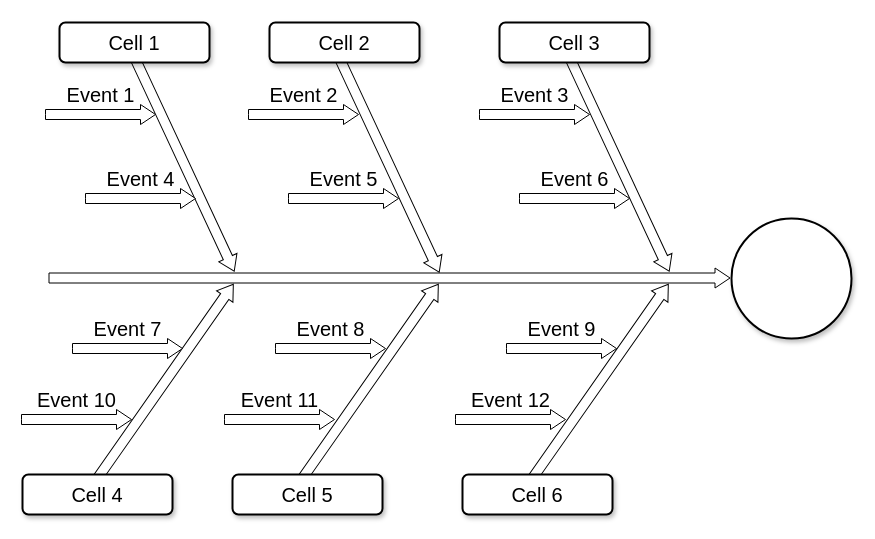
The draw.io diagram Untitled Diagram.drawio in jiaqing169/mml-book.github.io, before the edit. Source tidied: cells renumbered, new cells numbered last; positions are measured from the earlier drawing's top-left corner, leaving out a move shared by most shapes. Both pictures are drawn from the tidied source at 100%, with x=0, y=0 at pixel (22, -63).
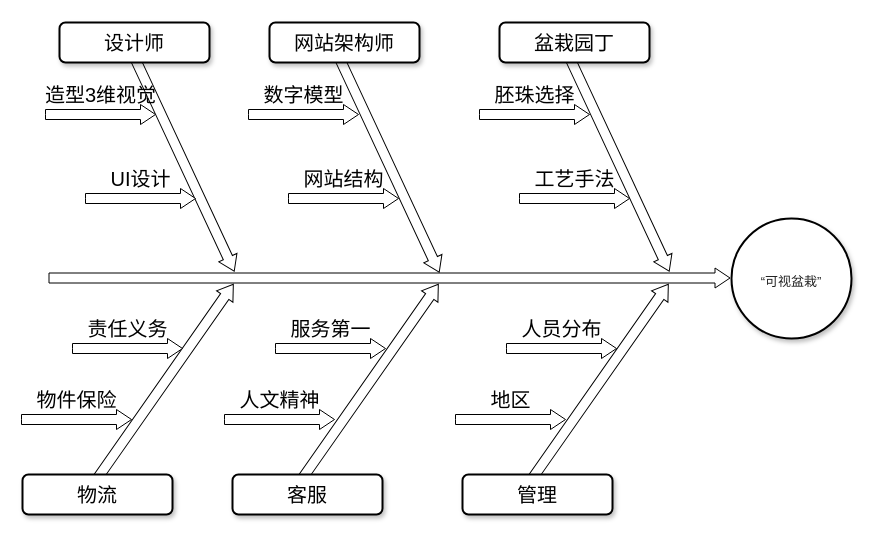
After the change.

Commit message:
Mind Flow Diagram.drawio

What changed in the source:
```diff
@@
-    <mxCell id="9" value="Cell 1" style="rounded=1;whiteSpace=wrap;html=1;shadow=1;strokeWidth=2;fontSize=20;" parent="1" vertex="1">
+    <mxCell id="9" value="设计师" style="rounded=1;whiteSpace=wrap;html=1;shadow=1;strokeWidth=2;fontSize=20;" parent="1" vertex="1">
       <mxGeometry x="37" y="85" width="150" height="40" as="geometry" />
     </mxCell>
-    <mxCell id="10" value="Cell 2" style="rounded=1;whiteSpace=wrap;html=1;shadow=1;strokeWidth=2;fontSize=20;" parent="1" vertex="1">
+    <mxCell id="10" value="网站架构师" style="rounded=1;whiteSpace=wrap;html=1;shadow=1;strokeWidth=2;fontSize=20;" parent="1" vertex="1">
       <mxGeometry x="247" y="85" width="150" height="40" as="geometry" />
     </mxCell>
-    <mxCell id="11" value="Cell 3" style="rounded=1;whiteSpace=wrap;html=1;shadow=1;strokeWidth=2;fontSize=20;" parent="1" vertex="1">
+    <mxCell id="11" value="盆栽园丁" style="rounded=1;whiteSpace=wrap;html=1;shadow=1;strokeWidth=2;fontSize=20;" parent="1" vertex="1">
       <mxGeometry x="477" y="85" width="150" height="40" as="geometry" />
     </mxCell>
-    <mxCell id="12" value="Cell 4" style="rounded=1;whiteSpace=wrap;html=1;shadow=1;strokeWidth=2;fontSize=20;" parent="1" vertex="1">
+    <mxCell id="12" value="物流" style="rounded=1;whiteSpace=wrap;html=1;shadow=1;strokeWidth=2;fontSize=20;" parent="1" vertex="1">
       <mxGeometry y="537" width="150" height="40" as="geometry" />
     </mxCell>
-    <mxCell id="13" value="Cell 5" style="rounded=1;whiteSpace=wrap;html=1;shadow=1;strokeWidth=2;fontSize=20;" parent="1" vertex="1">
+    <mxCell id="13" value="客服" style="rounded=1;whiteSpace=wrap;html=1;shadow=1;strokeWidth=2;fontSize=20;" parent="1" vertex="1">
       <mxGeometry x="210" y="537" width="150" height="40" as="geometry" />
     </mxCell>
-    <mxCell id="14" value="Cell 6" style="rounded=1;whiteSpace=wrap;html=1;shadow=1;strokeWidth=2;fontSize=20;" parent="1" vertex="1">
+    <mxCell id="14" value="管理" style="rounded=1;whiteSpace=wrap;html=1;shadow=1;strokeWidth=2;fontSize=20;" parent="1" vertex="1">
       <mxGeometry x="440" y="537" width="150" height="40" as="geometry" />
     </mxCell>
-    <mxCell id="15" style="ellipse;whiteSpace=wrap;html=1;rounded=1;shadow=1;strokeWidth=2;fontSize=20;" parent="1" vertex="1">
+    <mxCell id="15" value="&lt;div&gt;&lt;font color=&quot;#222222&quot; face=&quot;Arial, Helvetica, sans-serif&quot; size=&quot;2&quot;&gt;&lt;span style=&quot;background-color: rgb(255 , 255 , 255)&quot;&gt;“可视盆栽”&lt;/span&gt;&lt;/font&gt;&lt;/div&gt;" style="ellipse;whiteSpace=wrap;html=1;rounded=1;shadow=1;strokeWidth=2;fontSize=20;" parent="1" vertex="1">
       <mxGeometry x="709" y="281" width="120" height="120" as="geometry" />
     </mxCell>
-    <mxCell id="16" value="Event 1" style="html=1;shadow=0;dashed=0;align=center;verticalAlign=middle;shape=mxgraph.arrows2.arrow;dy=0.5;dx=15;direction=north;notch=0;rounded=0;strokeWidth=1;fontSize=20;rotation=90;horizontal=0;labelPosition=left;verticalLabelPosition=middle;" parent="1" vertex="1">
+    <mxCell id="16" value="造型3维视觉" style="html=1;shadow=0;dashed=0;align=center;verticalAlign=middle;shape=mxgraph.arrows2.arrow;dy=0.5;dx=15;direction=north;notch=0;rounded=0;strokeWidth=1;fontSize=20;rotation=90;horizontal=0;labelPosition=left;verticalLabelPosition=middle;" parent="1" vertex="1">
       <mxGeometry x="68" y="122" width="20" height="110" as="geometry" />
     </mxCell>
-    <mxCell id="17" value="Event 2" style="html=1;shadow=0;dashed=0;align=center;verticalAlign=middle;shape=mxgraph.arrows2.arrow;dy=0.5;dx=15;direction=north;notch=0;rounded=0;strokeWidth=1;fontSize=20;rotation=90;horizontal=0;labelPosition=left;verticalLabelPosition=middle;" parent="1" vertex="1">
+    <mxCell id="17" value="数字模型" style="html=1;shadow=0;dashed=0;align=center;verticalAlign=middle;shape=mxgraph.arrows2.arrow;dy=0.5;dx=15;direction=north;notch=0;rounded=0;strokeWidth=1;fontSize=20;rotation=90;horizontal=0;labelPosition=left;verticalLabelPosition=middle;" parent="1" vertex="1">
       <mxGeometry x="271" y="122" width="20" height="110" as="geometry" />
     </mxCell>
-    <mxCell id="18" value="Event 3" style="html=1;shadow=0;dashed=0;align=center;verticalAlign=middle;shape=mxgraph.arrows2.arrow;dy=0.5;dx=15;direction=north;notch=0;rounded=0;strokeWidth=1;fontSize=20;rotation=90;horizontal=0;labelPosition=left;verticalLabelPosition=middle;" parent="1" vertex="1">
+    <mxCell id="18" value="胚珠选择" style="html=1;shadow=0;dashed=0;align=center;verticalAlign=middle;shape=mxgraph.arrows2.arrow;dy=0.5;dx=15;direction=north;notch=0;rounded=0;strokeWidth=1;fontSize=20;rotation=90;horizontal=0;labelPosition=left;verticalLabelPosition=middle;" parent="1" vertex="1">
       <mxGeometry x="502" y="122" width="20" height="110" as="geometry" />
     </mxCell>
-    <mxCell id="19" value="Event 10" style="html=1;shadow=0;dashed=0;align=center;verticalAlign=middle;shape=mxgraph.arrows2.arrow;dy=0.5;dx=15;direction=north;notch=0;rounded=0;strokeWidth=1;fontSize=20;rotation=90;horizontal=0;labelPosition=left;verticalLabelPosition=middle;" parent="1" vertex="1">
+    <mxCell id="19" value="物件保险" style="html=1;shadow=0;dashed=0;align=center;verticalAlign=middle;shape=mxgraph.arrows2.arrow;dy=0.5;dx=15;direction=north;notch=0;rounded=0;strokeWidth=1;fontSize=20;rotation=90;horizontal=0;labelPosition=left;verticalLabelPosition=middle;" parent="1" vertex="1">
       <mxGeometry x="44" y="427" width="20" height="110" as="geometry" />
     </mxCell>
-    <mxCell id="20" value="Event 11" style="html=1;shadow=0;dashed=0;align=center;verticalAlign=middle;shape=mxgraph.arrows2.arrow;dy=0.5;dx=15;direction=north;notch=0;rounded=0;strokeWidth=1;fontSize=20;rotation=90;horizontal=0;labelPosition=left;verticalLabelPosition=middle;" parent="1" vertex="1">
+    <mxCell id="20" value="人文精神" style="html=1;shadow=0;dashed=0;align=center;verticalAlign=middle;shape=mxgraph.arrows2.arrow;dy=0.5;dx=15;direction=north;notch=0;rounded=0;strokeWidth=1;fontSize=20;rotation=90;horizontal=0;labelPosition=left;verticalLabelPosition=middle;" parent="1" vertex="1">
       <mxGeometry x="247" y="427" width="20" height="110" as="geometry" />
     </mxCell>
-    <mxCell id="21" value="Event 12" style="html=1;shadow=0;dashed=0;align=center;verticalAlign=middle;shape=mxgraph.arrows2.arrow;dy=0.5;dx=15;direction=north;notch=0;rounded=0;strokeWidth=1;fontSize=20;rotation=90;horizontal=0;labelPosition=left;verticalLabelPosition=middle;" parent="1" vertex="1">
+    <mxCell id="21" value="地区" style="html=1;shadow=0;dashed=0;align=center;verticalAlign=middle;shape=mxgraph.arrows2.arrow;dy=0.5;dx=15;direction=north;notch=0;rounded=0;strokeWidth=1;fontSize=20;rotation=90;horizontal=0;labelPosition=left;verticalLabelPosition=middle;" parent="1" vertex="1">
       <mxGeometry x="478" y="427" width="20" height="110" as="geometry" />
     </mxCell>
-    <mxCell id="22" value="Event 4" style="html=1;shadow=0;dashed=0;align=center;verticalAlign=middle;shape=mxgraph.arrows2.arrow;dy=0.5;dx=15;direction=north;notch=0;rounded=0;strokeWidth=1;fontSize=20;rotation=90;horizontal=0;labelPosition=left;verticalLabelPosition=middle;" parent="1" vertex="1">
+    <mxCell id="22" value="UI设计" style="html=1;shadow=0;dashed=0;align=center;verticalAlign=middle;shape=mxgraph.arrows2.arrow;dy=0.5;dx=15;direction=north;notch=0;rounded=0;strokeWidth=1;fontSize=20;rotation=90;horizontal=0;labelPosition=left;verticalLabelPosition=middle;" parent="1" vertex="1">
       <mxGeometry x="108" y="206" width="20" height="110" as="geometry" />
     </mxCell>
-    <mxCell id="23" value="Event 5" style="html=1;shadow=0;dashed=0;align=center;verticalAlign=middle;shape=mxgraph.arrows2.arrow;dy=0.5;dx=15;direction=north;notch=0;rounded=0;strokeWidth=1;fontSize=20;rotation=90;horizontal=0;labelPosition=left;verticalLabelPosition=middle;" parent="1" vertex="1">
+    <mxCell id="23" value="网站结构" style="html=1;shadow=0;dashed=0;align=center;verticalAlign=middle;shape=mxgraph.arrows2.arrow;dy=0.5;dx=15;direction=north;notch=0;rounded=0;strokeWidth=1;fontSize=20;rotation=90;horizontal=0;labelPosition=left;verticalLabelPosition=middle;" parent="1" vertex="1">
       <mxGeometry x="311" y="206" width="20" height="110" as="geometry" />
     </mxCell>
-    <mxCell id="24" value="Event 6" style="html=1;shadow=0;dashed=0;align=center;verticalAlign=middle;shape=mxgraph.arrows2.arrow;dy=0.5;dx=15;direction=north;notch=0;rounded=0;strokeWidth=1;fontSize=20;rotation=90;horizontal=0;labelPosition=left;verticalLabelPosition=middle;" parent="1" vertex="1">
+    <mxCell id="24" value="工艺手法" style="html=1;shadow=0;dashed=0;align=center;verticalAlign=middle;shape=mxgraph.arrows2.arrow;dy=0.5;dx=15;direction=north;notch=0;rounded=0;strokeWidth=1;fontSize=20;rotation=90;horizontal=0;labelPosition=left;verticalLabelPosition=middle;" parent="1" vertex="1">
       <mxGeometry x="542" y="206" width="20" height="110" as="geometry" />
     </mxCell>
-    <mxCell id="25" value="Event 7" style="html=1;shadow=0;dashed=0;align=center;verticalAlign=middle;shape=mxgraph.arrows2.arrow;dy=0.5;dx=15;direction=north;notch=0;rounded=0;strokeWidth=1;fontSize=20;rotation=90;horizontal=0;labelPosition=left;verticalLabelPosition=middle;" parent="1" vertex="1">
+    <mxCell id="25" value="责任义务" style="html=1;shadow=0;dashed=0;align=center;verticalAlign=middle;shape=mxgraph.arrows2.arrow;dy=0.5;dx=15;direction=north;notch=0;rounded=0;strokeWidth=1;fontSize=20;rotation=90;horizontal=0;labelPosition=left;verticalLabelPosition=middle;" parent="1" vertex="1">
       <mxGeometry x="95" y="356" width="20" height="110" as="geometry" />
     </mxCell>
-    <mxCell id="26" value="Event 8" style="html=1;shadow=0;dashed=0;align=center;verticalAlign=middle;shape=mxgraph.arrows2.arrow;dy=0.5;dx=15;direction=north;notch=0;rounded=0;strokeWidth=1;fontSize=20;rotation=90;horizontal=0;labelPosition=left;verticalLabelPosition=middle;" parent="1" vertex="1">
+    <mxCell id="26" value="服务第一" style="html=1;shadow=0;dashed=0;align=center;verticalAlign=middle;shape=mxgraph.arrows2.arrow;dy=0.5;dx=15;direction=north;notch=0;rounded=0;strokeWidth=1;fontSize=20;rotation=90;horizontal=0;labelPosition=left;verticalLabelPosition=middle;" parent="1" vertex="1">
       <mxGeometry x="298" y="356" width="20" height="110" as="geometry" />
     </mxCell>
-    <mxCell id="27" value="Event 9" style="html=1;shadow=0;dashed=0;align=center;verticalAlign=middle;shape=mxgraph.arrows2.arrow;dy=0.5;dx=15;direction=north;notch=0;rounded=0;strokeWidth=1;fontSize=20;rotation=90;horizontal=0;labelPosition=left;verticalLabelPosition=middle;" parent="1" vertex="1">
+    <mxCell id="27" value="人员分布" style="html=1;shadow=0;dashed=0;align=center;verticalAlign=middle;shape=mxgraph.arrows2.arrow;dy=0.5;dx=15;direction=north;notch=0;rounded=0;strokeWidth=1;fontSize=20;rotation=90;horizontal=0;labelPosition=left;verticalLabelPosition=middle;" parent="1" vertex="1">
       <mxGeometry x="529" y="356" width="20" height="110" as="geometry" />
     </mxCell>
```
